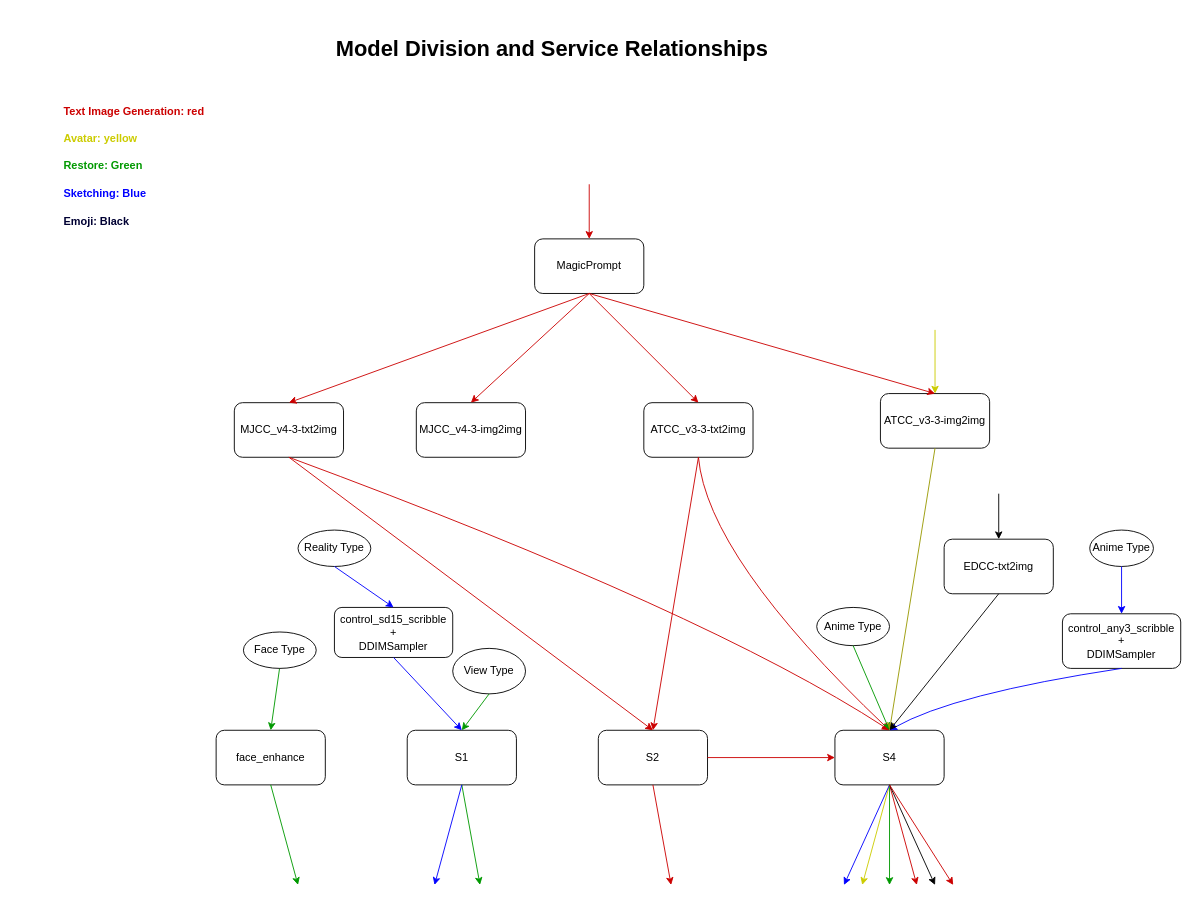
ak-maker/AIGC- keeps this draw.io diagram as 未命名绘图.drawio. Above is the earlier version. Source tidied: cells renumbered, new cells numbered last; positions are measured from the earlier drawing's top-left corner, leaving out a move shared by most shapes. Both pictures are drawn from the tidied source at 91%, with x=0, y=0 at pixel (15, 15).
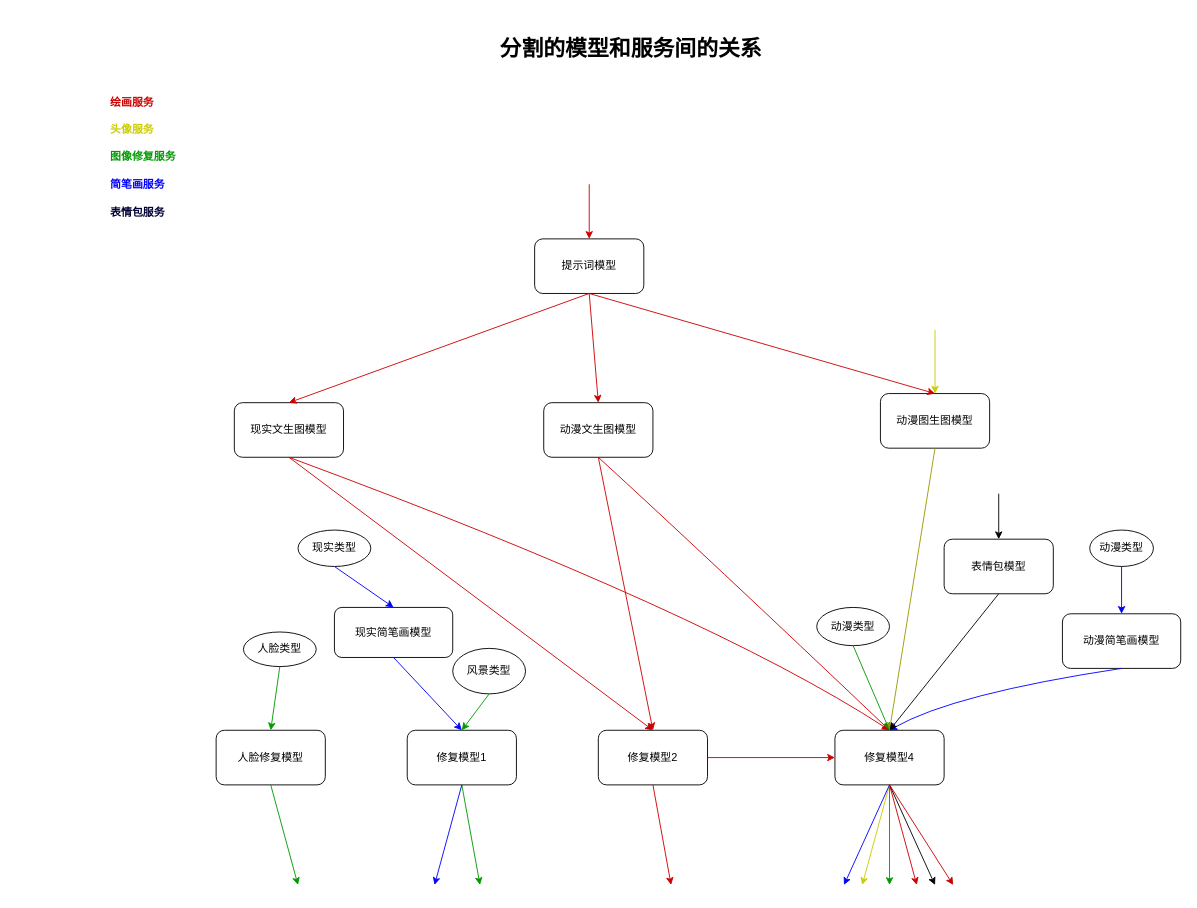
The same diagram, later.

Commit message:
更新未命名绘图.drawio

Diff of the diagram source:
```diff
@@
-    <mxCell id="2" value="MagicPrompt" style="rounded=1;whiteSpace=wrap;html=1;" parent="1" vertex="1">
+    <mxCell id="2" value="提示词模型" style="rounded=1;whiteSpace=wrap;html=1;" parent="1" vertex="1">
       <mxGeometry x="570" y="245" width="120" height="60" as="geometry" />
     </mxCell>
-    <mxCell id="3" value="MJCC_v4-3-txt2img" style="rounded=1;whiteSpace=wrap;html=1;" parent="1" vertex="1">
+    <mxCell id="3" value="现实文生图模型" style="rounded=1;whiteSpace=wrap;html=1;" parent="1" vertex="1">
       <mxGeometry x="240" y="425" width="120" height="60" as="geometry" />
     </mxCell>
-    <mxCell id="4" value="MJCC_v4-3-img2img" style="rounded=1;whiteSpace=wrap;html=1;" parent="1" vertex="1">
-      <mxGeometry x="440" y="425" width="120" height="60" as="geometry" />
-    </mxCell>
-    <mxCell id="5" value="ATCC_v3-3-txt2img" style="rounded=1;whiteSpace=wrap;html=1;" parent="1" vertex="1">
-      <mxGeometry x="690" y="425" width="120" height="60" as="geometry" />
+    <mxCell id="5" value="动漫文生图模型" style="rounded=1;whiteSpace=wrap;html=1;" parent="1" vertex="1">
+      <mxGeometry x="580" y="425" width="120" height="60" as="geometry" />
     </mxCell>
-    <mxCell id="6" value="ATCC_v3-3-img2img" style="rounded=1;whiteSpace=wrap;html=1;" parent="1" vertex="1">
+    <mxCell id="6" value="动漫图生图模型" style="rounded=1;whiteSpace=wrap;html=1;" parent="1" vertex="1">
       <mxGeometry x="950" y="415" width="120" height="60" as="geometry" />
     </mxCell>
-    <mxCell id="7" value="face_enhance" style="rounded=1;whiteSpace=wrap;html=1;" parent="1" vertex="1">
+    <mxCell id="7" value="人脸修复模型" style="rounded=1;whiteSpace=wrap;html=1;" parent="1" vertex="1">
       <mxGeometry x="220" y="785" width="120" height="60" as="geometry" />
     </mxCell>
-    <mxCell id="8" value="S1" style="rounded=1;whiteSpace=wrap;html=1;" parent="1" vertex="1">
+    <mxCell id="8" value="修复模型1" style="rounded=1;whiteSpace=wrap;html=1;" parent="1" vertex="1">
       <mxGeometry x="430" y="785" width="120" height="60" as="geometry" />
     </mxCell>
-    <mxCell id="9" value="S2" style="rounded=1;whiteSpace=wrap;html=1;" parent="1" vertex="1">
+    <mxCell id="9" value="修复模型2" style="rounded=1;whiteSpace=wrap;html=1;" parent="1" vertex="1">
       <mxGeometry x="640" y="785" width="120" height="60" as="geometry" />
     </mxCell>
-    <mxCell id="10" value="S4" style="rounded=1;whiteSpace=wrap;html=1;" parent="1" vertex="1">
+    <mxCell id="10" value="修复模型4" style="rounded=1;whiteSpace=wrap;html=1;" parent="1" vertex="1">
       <mxGeometry x="900" y="785" width="120" height="60" as="geometry" />
     </mxCell>
-    <mxCell id="11" value="&lt;div&gt;control_sd15_scribble&lt;/div&gt;&lt;div&gt;+&lt;/div&gt;&lt;div&gt;DDIMSampler&lt;br&gt;&lt;/div&gt;" style="rounded=1;whiteSpace=wrap;html=1;" parent="1" vertex="1">
+    <mxCell id="11" value="现实简笔画模型" style="rounded=1;whiteSpace=wrap;html=1;" parent="1" vertex="1">
       <mxGeometry x="350" y="650" width="130" height="55" as="geometry" />
     </mxCell>
-    <mxCell id="12" value="EDCC-txt2img" style="rounded=1;whiteSpace=wrap;html=1;" parent="1" vertex="1">
+    <mxCell id="12" value="表情包模型" style="rounded=1;whiteSpace=wrap;html=1;" parent="1" vertex="1">
       <mxGeometry x="1020" y="575" width="120" height="60" as="geometry" />
     </mxCell>
-    <mxCell id="13" value="&lt;div&gt;control_any3_scribble&lt;/div&gt;&lt;div&gt;+&lt;/div&gt;&lt;div&gt;DDIMSampler&lt;br&gt;&lt;/div&gt;" style="rounded=1;whiteSpace=wrap;html=1;" parent="1" vertex="1">
+    <mxCell id="13" value="动漫简笔画模型" style="rounded=1;whiteSpace=wrap;html=1;" parent="1" vertex="1">
       <mxGeometry x="1150" y="657" width="130" height="60" as="geometry" />
     </mxCell>
@@
-    <mxCell id="16" style="endArrow=classic;html=1;rounded=0;exitX=0.5;exitY=1;exitDx=0;exitDy=0;entryX=0.5;entryY=0;entryDx=0;entryDy=0;strokeColor=#CC0000;" parent="1" edge="1" source="2" target="4">
-      <mxGeometry relative="1" as="geometry" />
-    </mxCell>
@@
-    <mxCell id="27" value="Face Type" style="ellipse;whiteSpace=wrap;html=1;" parent="1" vertex="1">
-      <mxGeometry x="250" y="677" width="80" height="40" as="geometry" />
+    <mxCell id="27" value="人脸类型" style="ellipse;whiteSpace=wrap;html=1;" parent="1" vertex="1">
+      <mxGeometry x="250" y="677" width="80" height="38" as="geometry" />
     </mxCell>
-    <mxCell id="28" value="View Type" style="ellipse;whiteSpace=wrap;html=1;" parent="1" vertex="1">
+    <mxCell id="28" value="风景类型" style="ellipse;whiteSpace=wrap;html=1;" parent="1" vertex="1">
       <mxGeometry x="480" y="695" width="80" height="50" as="geometry" />
     </mxCell>
@@
-    <mxCell id="31" value="Anime Type" style="ellipse;whiteSpace=wrap;html=1;" parent="1" vertex="1">
+    <mxCell id="31" value="动漫类型" style="ellipse;whiteSpace=wrap;html=1;" parent="1" vertex="1">
       <mxGeometry x="880" y="650" width="80" height="42" as="geometry" />
     </mxCell>
@@
-    <mxCell id="37" value="Reality Type" style="ellipse;whiteSpace=wrap;html=1;" parent="1" vertex="1">
+    <mxCell id="37" value="现实类型" style="ellipse;whiteSpace=wrap;html=1;" parent="1" vertex="1">
       <mxGeometry x="310" y="565" width="80" height="40" as="geometry" />
     </mxCell>
@@
-    <mxCell id="41" value="Anime Type" style="ellipse;whiteSpace=wrap;html=1;" parent="1" vertex="1">
+    <mxCell id="41" value="动漫类型" style="ellipse;whiteSpace=wrap;html=1;" parent="1" vertex="1">
       <mxGeometry x="1180" y="565" width="70" height="40" as="geometry" />
     </mxCell>
@@
-    <mxCell id="50" value="&lt;h4&gt;Text Image Generation: red&lt;/h4&gt;&lt;div align=&quot;left&quot;&gt;&lt;h4&gt;&lt;font color=&quot;#cccc00&quot;&gt;Avatar: yellow&lt;/font&gt;&lt;/h4&gt;&lt;/div&gt;&lt;div align=&quot;left&quot;&gt;&lt;h4&gt;&lt;font color=&quot;#009900&quot;&gt;Restore: Green&lt;br&gt;&lt;/font&gt;&lt;/h4&gt;&lt;/div&gt;&lt;div align=&quot;left&quot;&gt;&lt;h4&gt;&lt;font color=&quot;#0000ff&quot;&gt;Sketching: Blue&lt;br&gt;&lt;/font&gt;&lt;/h4&gt;&lt;/div&gt;&lt;div align=&quot;left&quot;&gt;&lt;h4&gt;&lt;font color=&quot;#000033&quot;&gt;Emoji: Black&lt;br&gt;&lt;/font&gt;&lt;/h4&gt;&lt;/div&gt;" style="text;align=center;html=1;verticalAlign=middle;whiteSpace=wrap;rounded=0;fontColor=#CC0000;" parent="1" vertex="1">
-      <mxGeometry y="155" width="260" height="20" as="geometry" />
+    <mxCell id="50" value="&lt;h4 align=&quot;left&quot;&gt;绘画服务&lt;br&gt;&lt;/h4&gt;&lt;div align=&quot;left&quot;&gt;&lt;h4&gt;&lt;font color=&quot;#cccc00&quot;&gt;头像服务&lt;br&gt;&lt;/font&gt;&lt;/h4&gt;&lt;/div&gt;&lt;div align=&quot;left&quot;&gt;&lt;h4&gt;&lt;font color=&quot;#009900&quot;&gt;图像修复服务&lt;br&gt;&lt;/font&gt;&lt;/h4&gt;&lt;/div&gt;&lt;div align=&quot;left&quot;&gt;&lt;h4&gt;&lt;font color=&quot;#0000ff&quot;&gt;简笔画服务&lt;br&gt;&lt;/font&gt;&lt;/h4&gt;&lt;/div&gt;&lt;div align=&quot;left&quot;&gt;&lt;h4&gt;&lt;font color=&quot;#000033&quot;&gt;表情包服务&lt;br&gt;&lt;/font&gt;&lt;/h4&gt;&lt;/div&gt;" style="text;align=center;html=1;verticalAlign=middle;whiteSpace=wrap;rounded=0;fontColor=#CC0000;" parent="1" vertex="1">
+      <mxGeometry y="135" width="280" height="40" as="geometry" />
     </mxCell>
-    <mxCell id="51" value="&lt;h1&gt;Model Division and Service Relationships&lt;/h1&gt;" style="text;whiteSpace=wrap;html=1;" parent="1" vertex="1">
-      <mxGeometry x="350" width="525" height="175" as="geometry" />
+    <mxCell id="51" value="&lt;h1&gt;分割的模型和服务间的关系&lt;br&gt;&lt;/h1&gt;" style="text;whiteSpace=wrap;html=1;" parent="1" vertex="1">
+      <mxGeometry x="530" width="370" height="95" as="geometry" />
     </mxCell>
```
